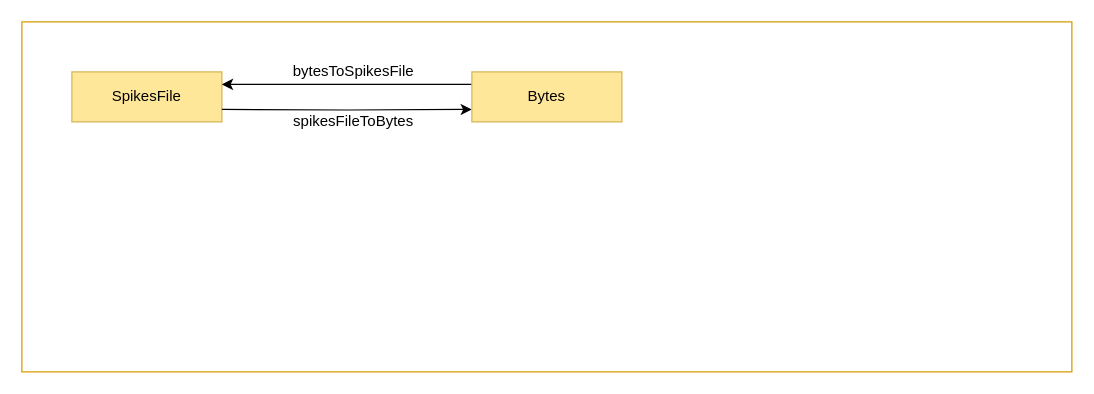
Before: images/AERzip_ConversionFunctions.drawio in alvayus/AERzip, a draw.io diagram. Source tidied: cells renumbered, new cells numbered last; positions are measured from the earlier drawing's top-left corner, leaving out a move shared by most shapes. Both pictures are drawn from the tidied source at 125%, with x=0, y=0 at pixel (21, 21).
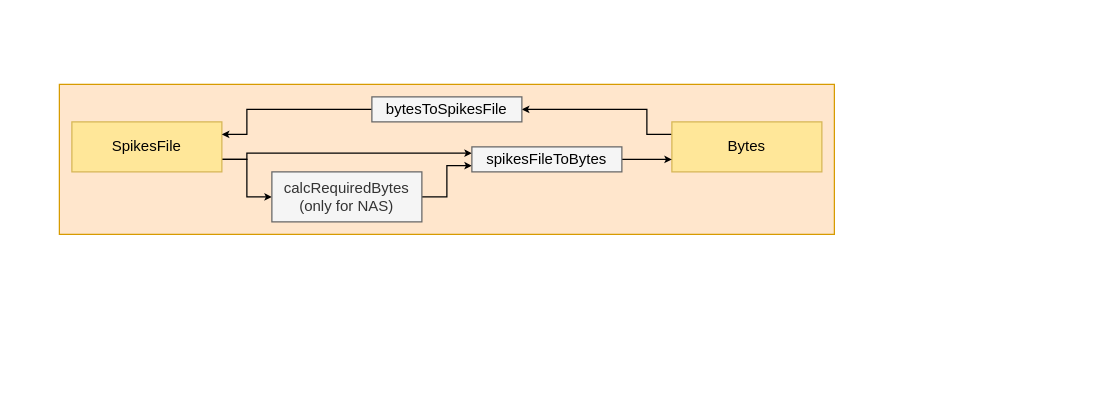
After the change.

The edit, as a diff of the source:
```diff
@@
 <mxGraphModel>
   <root>
     <mxCell id="0" />
     <mxCell id="1" parent="0" />
-    <mxCell id="2" style="rounded=0;whiteSpace=wrap;html=1;fillColor=none;strokeColor=#d79b00;" parent="1" vertex="1">
-      <mxGeometry width="840" height="280" as="geometry" />
+    <mxCell id="2" style="rounded=0;whiteSpace=wrap;html=1;fillColor=#FFE6CC;strokeColor=#d79b00;" parent="1" vertex="1">
+      <mxGeometry x="30" y="50" width="620" height="120" as="geometry" />
     </mxCell>
+    <mxCell id="9" style="edgeStyle=orthogonalEdgeStyle;rounded=0;jettySize=auto;html=1;exitX=1;exitY=0.75;exitDx=0;exitDy=0;entryX=0;entryY=0.5;entryDx=0;entryDy=0;endSize=3;" parent="1" edge="1" source="3" target="13">
+      <mxGeometry relative="1" as="geometry" />
+    </mxCell>
+    <mxCell id="10" style="edgeStyle=orthogonalEdgeStyle;rounded=0;jettySize=auto;html=1;exitX=1;exitY=0.75;exitDx=0;exitDy=0;entryX=0;entryY=0.25;entryDx=0;entryDy=0;endSize=3;" parent="1" edge="1" source="3" target="8">
+      <mxGeometry relative="1" as="geometry">
+        <Array as="points">
+          <mxPoint x="180" y="110" />
+          <mxPoint x="180" y="105" />
+        </Array>
+      </mxGeometry>
+    </mxCell>
     <mxCell id="3" value="SpikesFile" style="rounded=0;whiteSpace=wrap;html=1;fillColor=#FFE799;strokeColor=#d6b656;" parent="1" vertex="1">
-      <mxGeometry x="40" y="40" width="120" height="40" as="geometry" />
+      <mxGeometry x="40" y="80" width="120" height="40" as="geometry" />
     </mxCell>
-    <mxCell id="4" style="edgeStyle=orthogonalEdgeStyle;rounded=0;jettySize=auto;html=1;exitX=1;exitY=0.75;exitDx=0;exitDy=0;entryX=0;entryY=0.75;entryDx=0;entryDy=0;fontFamily=Georgia;fontSize=26;endArrow=classic;endFill=1;" parent="1" edge="1" target="6">
-      <mxGeometry relative="1" as="geometry">
-        <mxPoint x="160" y="70" as="sourcePoint" />
-      </mxGeometry>
-    </mxCell>
-    <mxCell id="5" style="edgeStyle=orthogonalEdgeStyle;rounded=0;jettySize=auto;html=1;exitX=0;exitY=0.25;exitDx=0;exitDy=0;entryX=1;entryY=0.25;entryDx=0;entryDy=0;fontFamily=Georgia;fontSize=26;endArrow=classic;endFill=1;" parent="1" edge="1" source="6">
-      <mxGeometry relative="1" as="geometry">
-        <mxPoint x="160" y="50" as="targetPoint" />
-      </mxGeometry>
-    </mxCell>
+    <mxCell id="11" style="edgeStyle=orthogonalEdgeStyle;rounded=0;jettySize=auto;html=1;exitX=0;exitY=0.25;exitDx=0;exitDy=0;entryX=1;entryY=0.5;entryDx=0;entryDy=0;endSize=3;" parent="1" edge="1" source="6" target="7">
+      <mxGeometry relative="1" as="geometry">
+        <Array as="points">
+          <mxPoint x="500" y="90" />
+          <mxPoint x="500" y="70" />
+        </Array>
+      </mxGeometry>
+    </mxCell>
     <mxCell id="6" value="Bytes" style="rounded=0;whiteSpace=wrap;html=1;fillColor=#FFE799;strokeColor=#d6b656;" parent="1" vertex="1">
-      <mxGeometry x="360" y="40" width="120" height="40" as="geometry" />
+      <mxGeometry x="520" y="80" width="120" height="40" as="geometry" />
     </mxCell>
+    <mxCell id="12" style="edgeStyle=orthogonalEdgeStyle;rounded=0;jettySize=auto;html=1;exitX=1;exitY=0.5;exitDx=0;exitDy=0;entryX=0;entryY=0.75;entryDx=0;entryDy=0;endSize=3;" parent="1" edge="1" source="13" target="8">
+      <mxGeometry relative="1" as="geometry" />
+    </mxCell>
+    <mxCell id="13" value="calcRequiredBytes&lt;br&gt;(only for NAS)" style="rounded=0;whiteSpace=wrap;html=1;fillColor=#f5f5f5;strokeColor=#666666;fontColor=#333333;" parent="1" vertex="1">
+      <mxGeometry x="200" y="120" width="120" height="40" as="geometry" />
+    </mxCell>
+    <mxCell id="14" style="edgeStyle=orthogonalEdgeStyle;rounded=0;jettySize=auto;html=1;exitX=1;exitY=0.5;exitDx=0;exitDy=0;entryX=0;entryY=0.75;entryDx=0;entryDy=0;endSize=3;" parent="1" edge="1" source="8" target="6">
+      <mxGeometry relative="1" as="geometry" />
+    </mxCell>
+    <mxCell id="8" value="&lt;span style=&quot;color: rgb(0, 0, 0);&quot;&gt;spikesFileToBytes&lt;/span&gt;" style="rounded=0;whiteSpace=wrap;html=1;fillColor=#f5f5f5;strokeColor=#666666;fontColor=#333333;" parent="1" vertex="1">
+      <mxGeometry x="360" y="100" width="120" height="20" as="geometry" />
+    </mxCell>
+    <mxCell id="15" style="edgeStyle=orthogonalEdgeStyle;rounded=0;jettySize=auto;html=1;exitX=0;exitY=0.5;exitDx=0;exitDy=0;entryX=1;entryY=0.25;entryDx=0;entryDy=0;endSize=3;" parent="1" edge="1" source="7" target="3">
+      <mxGeometry relative="1" as="geometry">
+        <Array as="points">
+          <mxPoint x="180" y="70" />
+          <mxPoint x="180" y="90" />
+        </Array>
+      </mxGeometry>
+    </mxCell>
-    <mxCell id="7" value="bytesToSpikesFile" style="text;html=1;align=center;verticalAlign=middle;points=[];strokeColor=none;fillColor=none;" parent="1" vertex="1">
-      <mxGeometry x="205" y="25" width="120" height="30" as="geometry" />
+    <mxCell id="7" value="&lt;span style=&quot;color: rgb(0, 0, 0);&quot;&gt;bytesToSpikesFile&lt;/span&gt;" style="rounded=0;whiteSpace=wrap;html=1;fillColor=#f5f5f5;strokeColor=#666666;fontColor=#333333;" parent="1" vertex="1">
+      <mxGeometry x="280" y="60" width="120" height="20" as="geometry" />
     </mxCell>
-    <mxCell id="8" value="spikesFileToBytes" style="text;html=1;align=center;verticalAlign=middle;points=[];strokeColor=none;fillColor=none;" parent="1" vertex="1">
-      <mxGeometry x="205" y="65" width="120" height="30" as="geometry" />
-    </mxCell>
   </root>
 </mxGraphModel>
```
